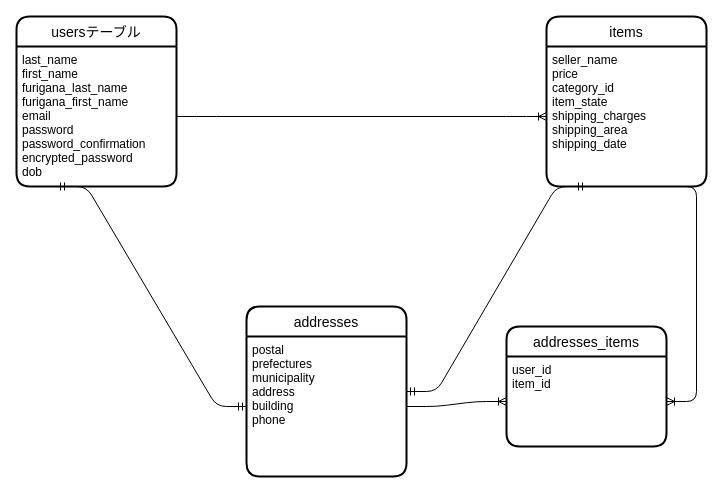
Before: ER.drawio in satorimod/furima-32461, a draw.io diagram. Source tidied: cells renumbered, new cells numbered last; positions are measured from the earlier drawing's top-left corner, leaving out a move shared by most shapes. Both pictures are drawn from the tidied source at 100%, with x=0, y=0 at pixel (16, 16).
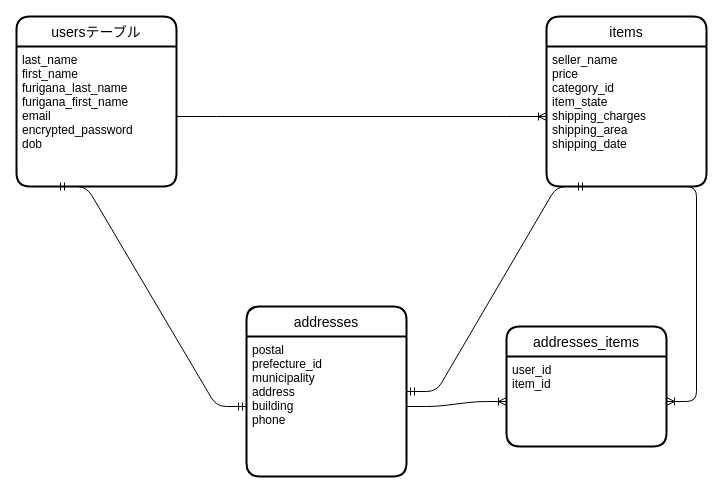
The same page after the edit.

Commit message (it also covers changes not shown here):
データベース修正（３回目）

https://gyazo.com/15766883677399c7a197ea52fd826bc7

What changed in the source:
```diff
@@
 <mxGraphModel>
   <root>
     <mxCell id="0" />
     <mxCell id="1" parent="0" />
     <mxCell id="2" value="usersテーブル" style="swimlane;horizontal=1;startSize=30;rounded=1;fontSize=14;fontStyle=0;strokeWidth=2;shadow=0;dashed=0;align=center;" parent="1" vertex="1">
       <mxGeometry width="160" height="170" as="geometry" />
     </mxCell>
-    <mxCell id="3" value="last_name&#10;first_name&#10;furigana_last_name&#10;furigana_first_name&#10;email　&#10;password&#10;password_confirmation&#10;encrypted_password&#10;dob" style="align=left;strokeColor=none;fillColor=none;spacingLeft=4;fontSize=12;verticalAlign=top;" parent="2" vertex="1">
+    <mxCell id="3" value="last_name&#10;first_name&#10;furigana_last_name&#10;furigana_first_name&#10;email　&#10;encrypted_password&#10;dob" style="align=left;strokeColor=none;fillColor=none;spacingLeft=4;fontSize=12;verticalAlign=top;" parent="2" vertex="1">
       <mxGeometry y="30" width="160" height="140" as="geometry" />
     </mxCell>
     <mxCell id="4" value="items" style="swimlane;horizontal=1;startSize=30;rounded=1;fontSize=14;fontStyle=0;strokeWidth=2;shadow=0;dashed=0;align=center;" parent="1" vertex="1">
       <mxGeometry x="530" width="160" height="170" as="geometry" />
     </mxCell>
     <mxCell id="5" value="seller_name&#10;price&#10;category_id&#10;item_state&#10;shipping_charges&#10;shipping_area&#10;shipping_date" style="align=left;strokeColor=none;fillColor=none;spacingLeft=4;fontSize=12;verticalAlign=top;" parent="4" vertex="1">
       <mxGeometry y="30" width="160" height="140" as="geometry" />
     </mxCell>
     <mxCell id="6" value="addresses" style="swimlane;horizontal=1;startSize=30;rounded=1;fontSize=14;fontStyle=0;strokeWidth=2;shadow=0;dashed=0;align=center;" parent="1" vertex="1">
       <mxGeometry x="230" y="290" width="160" height="170" as="geometry" />
     </mxCell>
-    <mxCell id="7" value="postal&#10;prefectures&#10;municipality&#10;address&#10;building&#10;phone" style="align=left;strokeColor=none;fillColor=none;spacingLeft=4;fontSize=12;verticalAlign=top;" parent="6" vertex="1">
+    <mxCell id="7" value="postal&#10;prefecture_id&#10;municipality&#10;address&#10;building&#10;phone" style="align=left;strokeColor=none;fillColor=none;spacingLeft=4;fontSize=12;verticalAlign=top;" parent="6" vertex="1">
       <mxGeometry y="30" width="160" height="140" as="geometry" />
     </mxCell>
     <mxCell id="8" style="edgeStyle=entityRelationEdgeStyle;fontSize=12;html=1;endArrow=ERoneToMany;entryX=0;entryY=0.5;entryDx=0;entryDy=0;" parent="1" edge="1" source="3" target="5">
       <mxGeometry relative="1" as="geometry" />
     </mxCell>
     <mxCell id="9" style="edgeStyle=entityRelationEdgeStyle;fontSize=12;html=1;endArrow=ERmandOne;startArrow=ERmandOne;exitX=0.25;exitY=1;exitDx=0;exitDy=0;entryX=0;entryY=0.5;entryDx=0;entryDy=0;" parent="1" edge="1" source="3" target="7">
       <mxGeometry relative="1" as="geometry" />
     </mxCell>
     <mxCell id="10" value="addresses_items" style="swimlane;horizontal=1;startSize=30;rounded=1;fontSize=14;fontStyle=0;strokeWidth=2;shadow=0;dashed=0;align=center;" parent="1" vertex="1">
       <mxGeometry x="490" y="310" width="160" height="120" as="geometry" />
     </mxCell>
     <mxCell id="11" value="user_id&#10;item_id&#10;" style="align=left;strokeColor=none;fillColor=none;spacingLeft=4;fontSize=12;verticalAlign=top;" parent="10" vertex="1">
       <mxGeometry y="30" width="160" height="90" as="geometry" />
     </mxCell>
     <mxCell id="12" style="edgeStyle=entityRelationEdgeStyle;fontSize=12;html=1;endArrow=ERoneToMany;exitX=1;exitY=0.5;exitDx=0;exitDy=0;" parent="1" edge="1" source="7" target="11">
       <mxGeometry relative="1" as="geometry" />
     </mxCell>
     <mxCell id="13" style="edgeStyle=entityRelationEdgeStyle;fontSize=12;html=1;endArrow=ERoneToMany;exitX=0.75;exitY=1;exitDx=0;exitDy=0;" parent="1" edge="1" source="5" target="11">
       <mxGeometry relative="1" as="geometry" />
     </mxCell>
     <mxCell id="14" style="edgeStyle=entityRelationEdgeStyle;fontSize=12;html=1;endArrow=ERmandOne;startArrow=ERmandOne;entryX=0.25;entryY=1;entryDx=0;entryDy=0;" parent="1" edge="1" source="6" target="5">
       <mxGeometry relative="1" as="geometry" />
     </mxCell>
   </root>
 </mxGraphModel>
```
